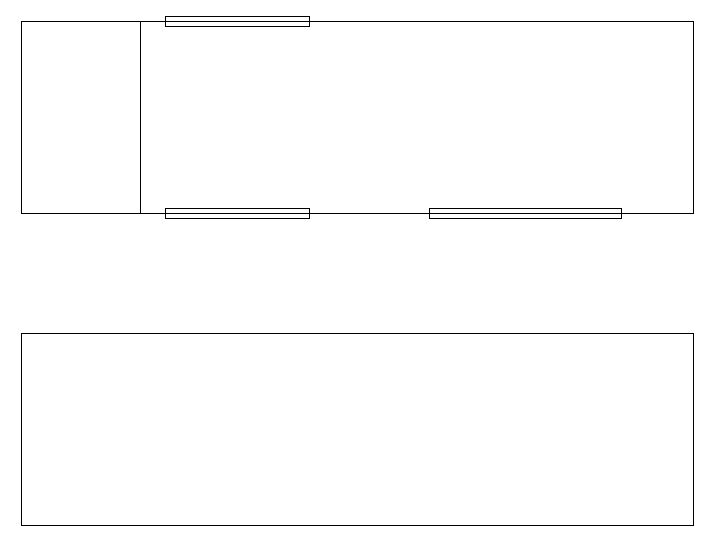
Earlier version of the draw.io diagram Janacek Floorplan.drawio (ghthompson/Group-Project-for-Visual-Basic). Source tidied: cells renumbered, new cells numbered last; positions are measured from the earlier drawing's top-left corner, leaving out a move shared by most shapes. Both pictures are drawn from the tidied source at 100%, with x=0, y=0 at pixel (21, 16).
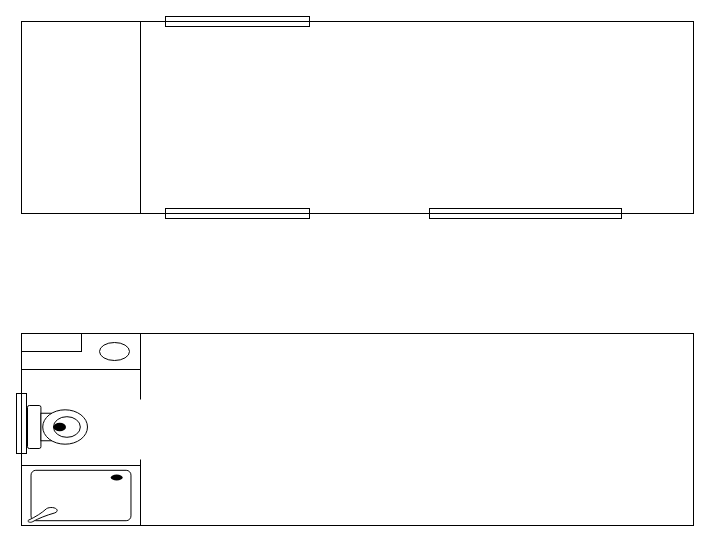
Above is the later version.

What changed in the source:
```diff
@@
 <mxGraphModel>
   <root>
     <mxCell id="0" />
     <mxCell id="1" parent="0" />
     <mxCell id="2" style="rounded=0;whiteSpace=wrap;html=1;" parent="1" vertex="1">
       <mxGeometry y="5" width="672" height="192" as="geometry" />
     </mxCell>
     <mxCell id="3" style="rounded=0;whiteSpace=wrap;html=1;" parent="1" vertex="1">
       <mxGeometry y="317" width="672" height="192" as="geometry" />
     </mxCell>
     <mxCell id="4" style="line;strokeWidth=1;direction=south;html=1;" parent="1" vertex="1">
       <mxGeometry x="114" y="5" width="10" height="192" as="geometry" />
     </mxCell>
     <mxCell id="5" style="verticalLabelPosition=bottom;html=1;verticalAlign=top;align=center;shape=mxgraph.floorplan.window;fillColor=#ffffff;strokeWidth=1;" parent="1" vertex="1">
       <mxGeometry x="144" width="144" height="10" as="geometry" />
     </mxCell>
     <mxCell id="6" style="verticalLabelPosition=bottom;html=1;verticalAlign=top;align=center;shape=mxgraph.floorplan.window;fillColor=#ffffff;strokeWidth=1;" parent="1" vertex="1">
       <mxGeometry x="144" y="192" width="144" height="10" as="geometry" />
     </mxCell>
     <mxCell id="7" style="verticalLabelPosition=bottom;html=1;verticalAlign=top;align=center;shape=mxgraph.floorplan.window;fillColor=#ffffff;strokeWidth=1;" parent="1" vertex="1">
       <mxGeometry x="408" y="192" width="192" height="10" as="geometry" />
     </mxCell>
+    <mxCell id="8" style="line;strokeWidth=1;direction=south;html=1;" parent="1" vertex="1">
+      <mxGeometry x="114" y="317" width="10" height="66" as="geometry" />
+    </mxCell>
+    <mxCell id="9" style="edgeStyle=orthogonalEdgeStyle;rounded=0;jettySize=auto;html=1;" parent="1" edge="1" source="10">
+      <mxGeometry relative="1" as="geometry">
+        <mxPoint x="34" y="476" as="targetPoint" />
+      </mxGeometry>
+    </mxCell>
+    <mxCell id="10" style="line;strokeWidth=1;direction=south;html=1;" parent="1" vertex="1">
+      <mxGeometry x="114" y="443" width="10" height="66" as="geometry" />
+    </mxCell>
+    <mxCell id="11" style="rounded=0;whiteSpace=wrap;html=1;strokeWidth=1;" parent="1" vertex="1">
+      <mxGeometry y="317" width="119" height="36" as="geometry" />
+    </mxCell>
+    <mxCell id="12" style="ellipse;whiteSpace=wrap;html=1;strokeWidth=1;" parent="1" vertex="1">
+      <mxGeometry x="78" y="326" width="30" height="18" as="geometry" />
+    </mxCell>
+    <mxCell id="13" style="rounded=0;whiteSpace=wrap;html=1;strokeWidth=1;" parent="1" vertex="1">
+      <mxGeometry y="317" width="60" height="18" as="geometry" />
+    </mxCell>
+    <mxCell id="14" style="verticalLabelPosition=bottom;html=1;verticalAlign=top;align=center;shape=mxgraph.floorplan.window;fillColor=#ffffff;strokeWidth=1;direction=south;" parent="1" vertex="1">
+      <mxGeometry x="-7.5" y="377" width="15" height="60" as="geometry" />
+    </mxCell>
+    <mxCell id="15" style="verticalLabelPosition=bottom;html=1;verticalAlign=top;align=center;shape=mxgraph.floorplan.toilet;strokeWidth=1;direction=north;" parent="1" vertex="1">
+      <mxGeometry x="6" y="389" width="60" height="43" as="geometry" />
+    </mxCell>
+    <mxCell id="16" style="verticalLabelPosition=bottom;html=1;verticalAlign=top;align=center;shape=mxgraph.floorplan.shower;strokeWidth=1;direction=west;" parent="1" vertex="1">
+      <mxGeometry y="449" width="119" height="60" as="geometry" />
+    </mxCell>
   </root>
 </mxGraphModel>
```
